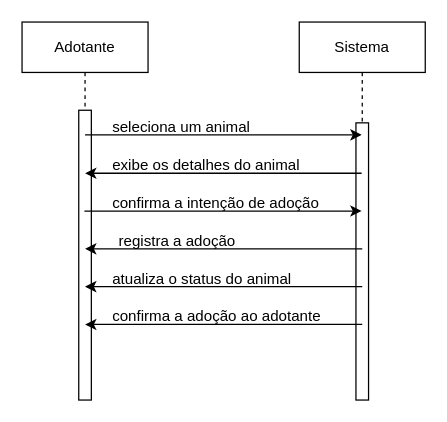
JoaoGans/DRAW.tcc keeps this draw.io diagram as Diagrama de Sequência(RF007).drawio. Above is the earlier version. Source tidied: cells renumbered, new cells numbered last; positions are measured from the earlier drawing's top-left corner, leaving out a move shared by most shapes. Both pictures are drawn from the tidied source at 126%, with x=0, y=0 at pixel (21, 21).
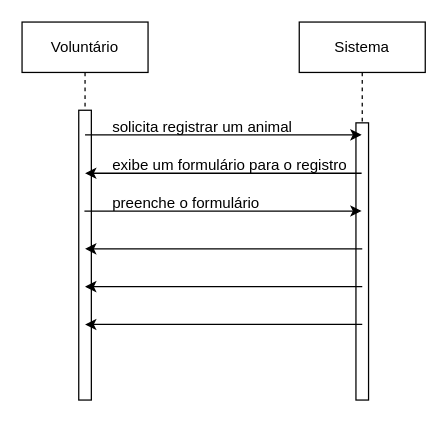
The same page after the edit.

Diff of the diagram source:
```diff
@@
-    <mxCell id="2" value="Adotante" style="shape=umlLifeline;perimeter=lifelinePerimeter;whiteSpace=wrap;html=1;outlineConnect=0;portConstraint=eastwest;newEdgeStyle={&quot;edgeStyle&quot;:&quot;elbowEdgeStyle&quot;,&quot;elbow&quot;:&quot;vertical&quot;,&quot;curved&quot;:0,&quot;rounded&quot;:0};" parent="1" vertex="1">
+    <mxCell id="2" value="Voluntário" style="shape=umlLifeline;perimeter=lifelinePerimeter;whiteSpace=wrap;html=1;outlineConnect=0;portConstraint=eastwest;newEdgeStyle={&quot;edgeStyle&quot;:&quot;elbowEdgeStyle&quot;,&quot;elbow&quot;:&quot;vertical&quot;,&quot;curved&quot;:0,&quot;rounded&quot;:0};" parent="1" vertex="1">
       <mxGeometry width="100" height="300" as="geometry" />
     </mxCell>
@@
-    <mxCell id="7" value="seleciona um animal" style="text;whiteSpace=wrap;html=1;" parent="1" vertex="1">
-      <mxGeometry x="70" y="70" width="140" height="40" as="geometry" />
+    <mxCell id="7" value="solicita registrar um animal" style="text;whiteSpace=wrap;html=1;" parent="1" vertex="1">
+      <mxGeometry x="70" y="70" width="183" height="40" as="geometry" />
     </mxCell>
@@
-    <mxCell id="9" value="exibe os detalhes do animal" style="text;whiteSpace=wrap;html=1;" parent="1" vertex="1">
-      <mxGeometry x="70" y="100" width="180" height="40" as="geometry" />
+    <mxCell id="9" value="exibe um formulário para o registro" style="text;whiteSpace=wrap;html=1;" parent="1" vertex="1">
+      <mxGeometry x="70" y="100" width="222" height="40" as="geometry" />
     </mxCell>
@@
-    <mxCell id="11" value="confirma a intenção de adoção" style="text;whiteSpace=wrap;html=1;" parent="1" vertex="1">
+    <mxCell id="11" value=" preenche o formulário" style="text;whiteSpace=wrap;html=1;" parent="1" vertex="1">
       <mxGeometry x="70" y="130" width="200" height="40" as="geometry" />
     </mxCell>
@@
-    <mxCell id="15" value="registra a adoção" style="text;whiteSpace=wrap;html=1;" parent="1" vertex="1">
-      <mxGeometry x="75" y="160" width="130" height="40" as="geometry" />
-    </mxCell>
-    <mxCell id="16" value="atualiza o status do animal&amp;nbsp;" style="text;whiteSpace=wrap;html=1;" parent="1" vertex="1">
-      <mxGeometry x="70" y="190" width="250" height="40" as="geometry" />
-    </mxCell>
-    <mxCell id="17" value="confirma a adoção ao adotante" style="text;whiteSpace=wrap;html=1;" parent="1" vertex="1">
-      <mxGeometry x="70" y="220" width="200" height="40" as="geometry" />
-    </mxCell>
```
